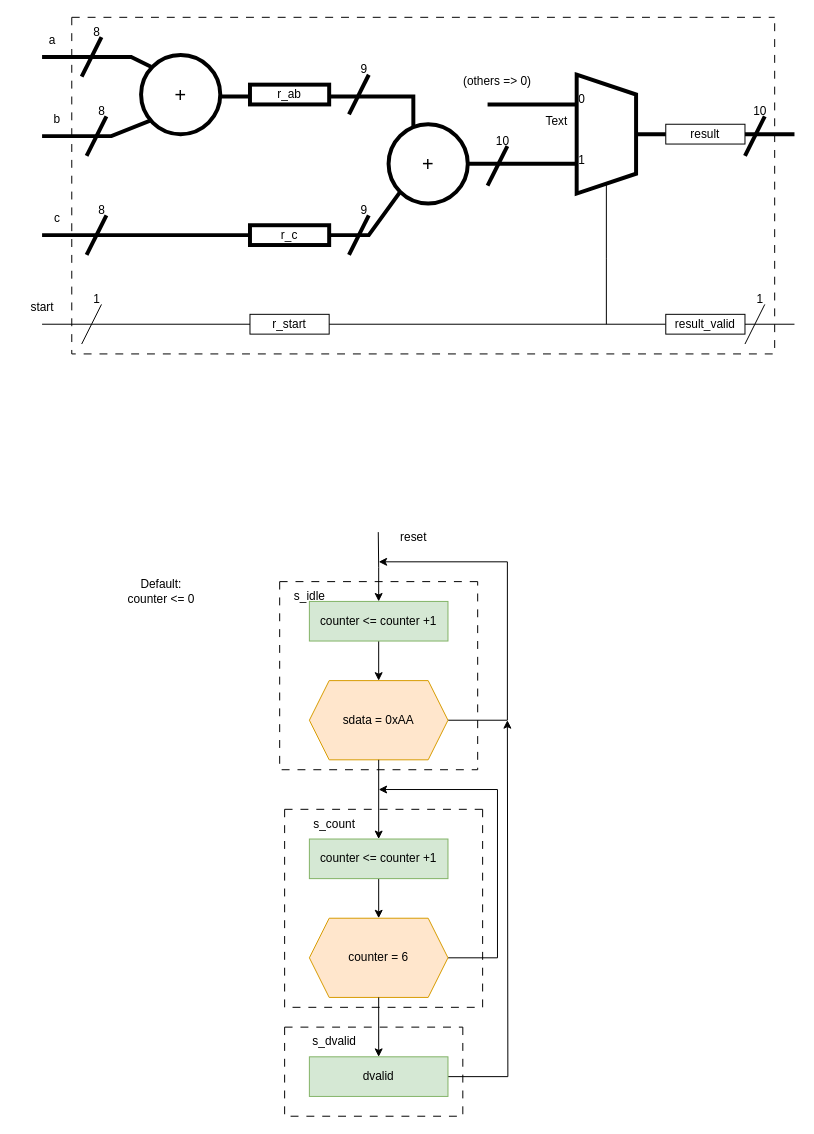
This is Eksamen/2021/Untitled Diagram.drawio from jrundht/IN3160, a draw.io file, before an edit. Source tidied: cells renumbered, new cells numbered last; positions are measured from the earlier drawing's top-left corner, leaving out a move shared by most shapes. Both pictures are drawn from the tidied source at 99%, with x=0, y=0 at pixel (17, 17).
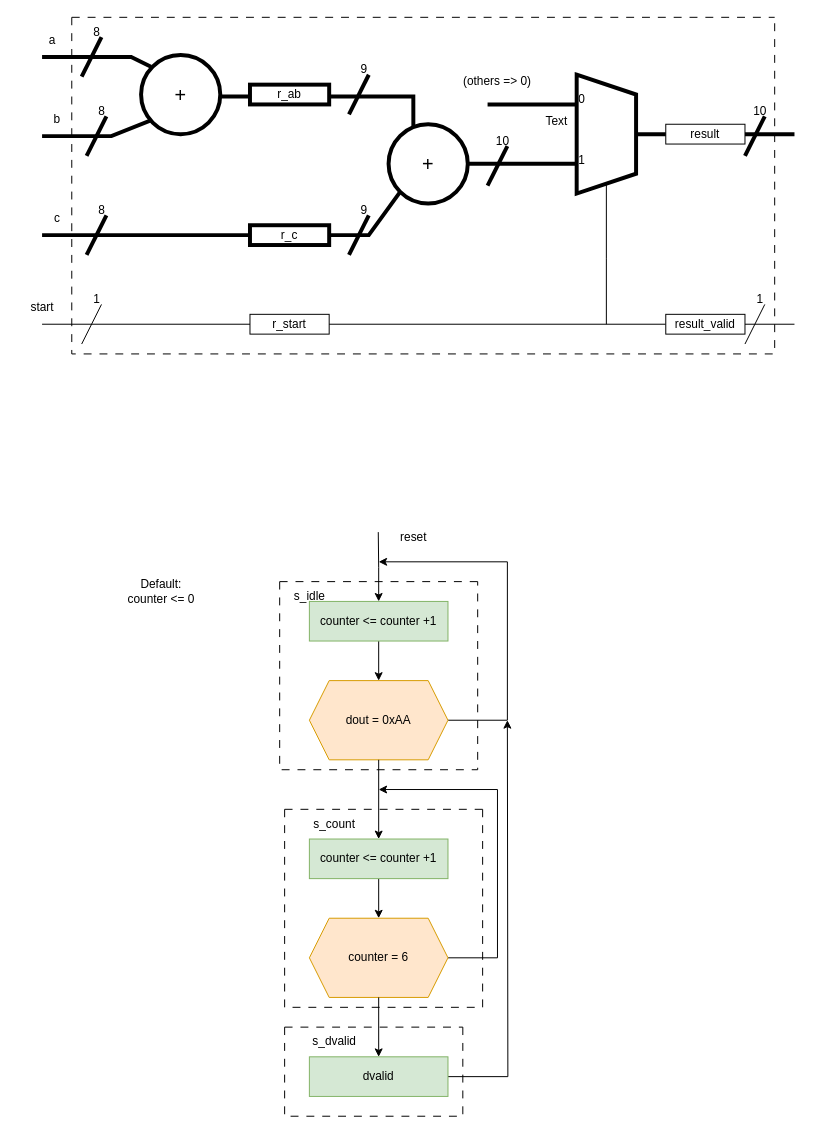
The same diagram, later.

The change refers to these unchanged cells:
```xml
<mxCell id="62" style="swimlane;startSize=0;dashed=1;dashPattern=8 8;" parent="1" vertex="1">
  <mxGeometry x="265" y="570" width="200" height="190" as="geometry" />
</mxCell>
```

Change to the diagram source:
```diff
@@
-    <mxCell id="63" value="sdata = 0xAA" style="shape=hexagon;perimeter=hexagonPerimeter2;whiteSpace=wrap;html=1;fixedSize=1;fillColor=#ffe6cc;strokeColor=#d79b00;" parent="62" vertex="1">
+    <mxCell id="63" value="dout = 0xAA" style="shape=hexagon;perimeter=hexagonPerimeter2;whiteSpace=wrap;html=1;fixedSize=1;fillColor=#ffe6cc;strokeColor=#d79b00;" parent="62" vertex="1">
       <mxGeometry x="30" y="100" width="140" height="80" as="geometry" />
     </mxCell>
```
